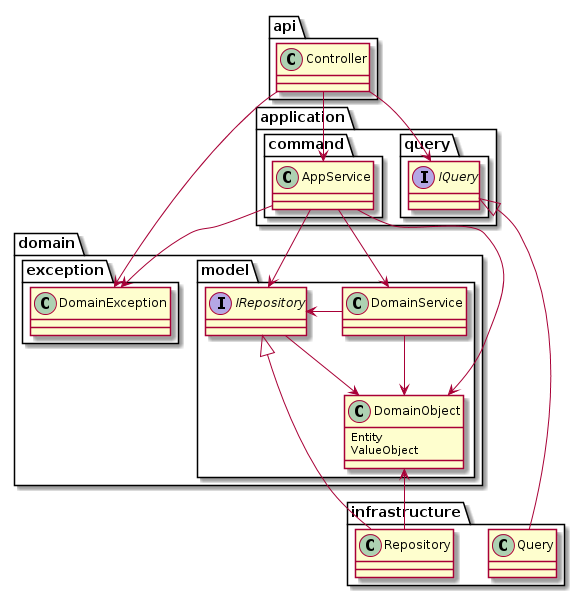
The PlantUML diagram modeling/LayerStructure/LayerStructure.png in TakashiOnawa/ddd-practice-studio-reservation, before a commit.
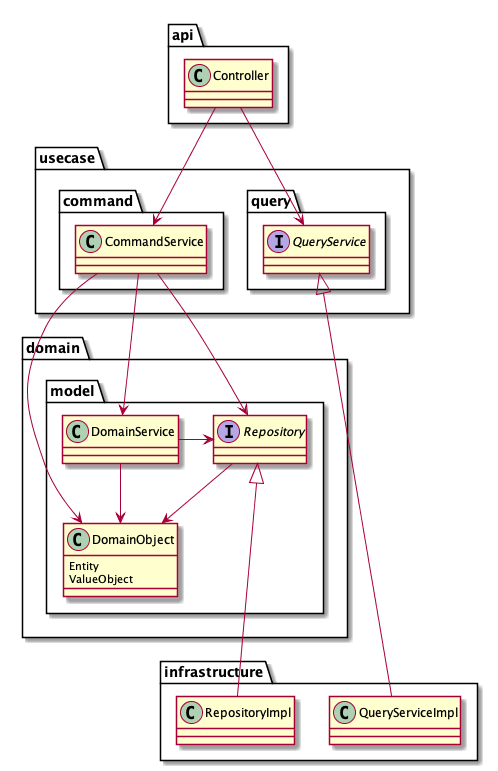
The same file after the commit.

What changed in the source:
```diff
@@ -3,7 +3,7 @@
 package domain
 {
     package model {
-        interface IRepository
+        interface Repository
         class DomainService
         class DomainObject
         {
@@ -11,28 +11,23 @@
             ValueObject
         }
     }
+}
 
-    package exception {
-        class DomainException
+package usecase
+{
+    package command {
+        class CommandService
+    }
+
+    package query {
+        interface QueryService
     }
 }
 
-package application
-{
-    package command {
-        class AppService
-    }
-
-    package query {
-        interface IQuery
-    }
-}
-
-
 package infrastructure
 {
-    class Repository
-    class Query
+    class RepositoryImpl
+    class QueryServiceImpl
 }
 
 package api
@@ -40,21 +35,18 @@
     class Controller
 }
 
-DomainService -> IRepository
-DomainService --> DomainObject
-IRepository --> DomainObject
-
-AppService --> IRepository
-AppService --> DomainObject
-AppService --> DomainService
-AppService --> DomainException
-
-IRepository <|---- Repository
-IQuery <|---- Query
+DomainService -> Repository
+DomainService -> DomainObject
 Repository --> DomainObject
 
-Controller --> AppService
-Controller --> IQuery
-Controller --> DomainException
+CommandService --> Repository
+CommandService --> DomainObject
+CommandService --> DomainService
+
+Repository <|--- RepositoryImpl
+QueryService <|--- QueryServiceImpl
+
+Controller --> CommandService
+Controller --> QueryService
 
 @enduml
```
